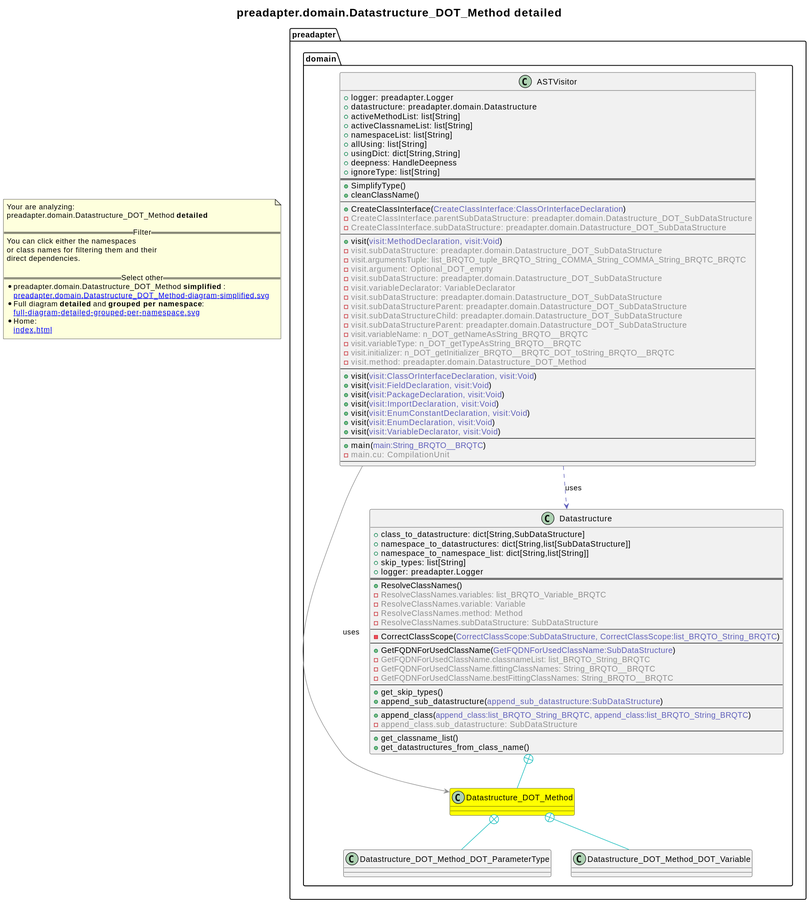
2BlackCoffees/revenger keeps this PlantUML diagram as revenger-java-adapter.out/preadapter.domain.Datastructure_DOT_Method-diagram-detailed.svg. Above is the earlier version. Source of this version:
```plantuml
@startuml
title <size:20>preadapter.domain.Datastructure_DOT_Method **detailed** </size>
note "Your are analyzing:\npreadapter.domain.Datastructure_DOT_Method **detailed** \n\n==Filter==\nYou can click either the namespaces \nor class names for filtering them and their\ndirect dependencies.\n\n==Select other==\n* preadapter.domain.Datastructure_DOT_Method **simplified** :\n   [[preadapter.domain.Datastructure_DOT_Method-diagram-simplified.svg]]\n* Full diagram **detailed** and **grouped per namespace**:\n   [[full-diagram-detailed-grouped-per-namespace.svg]]\n* Home:\n   [[index.html]]" as FloatingNote
  class preadapter.domain.Datastructure_DOT_Method [[preadapter.domain.Datastructure_DOT_Method-diagram-detailed.svg]] #yellow {
  }
  class preadapter.domain.Datastructure_DOT_Method_DOT_ParameterType [[preadapter.domain.Datastructure_DOT_Method_DOT_ParameterType-diagram-detailed.svg]]  {
  }
  class preadapter.domain.Datastructure_DOT_Method_DOT_Variable [[preadapter.domain.Datastructure_DOT_Method_DOT_Variable-diagram-detailed.svg]]  {
  }
  class preadapter.domain.Datastructure [[preadapter.domain.Datastructure-diagram-detailed.svg]]  {
    + class_to_datastructure: dict[String,SubDataStructure]
    + namespace_to_datastructures: dict[String,list[SubDataStructure]]
    + namespace_to_namespace_list: dict[String,list[String]]
    + skip_types: list[String]
    + logger: preadapter.Logger
==
    + ResolveClassNames(<font color="6060BB"></font>)
    - <font color="909090">ResolveClassNames.variables: list_BRQTO_Variable_BRQTC</font>
    - <font color="909090">ResolveClassNames.variable: Variable</font>
    - <font color="909090">ResolveClassNames.method: Method</font>
    - <font color="909090">ResolveClassNames.subDataStructure: SubDataStructure</font>
--
    - CorrectClassScope(<font color="6060BB">CorrectClassScope:SubDataStructure, CorrectClassScope:list_BRQTO_String_BRQTC</font>)
--
    + GetFQDNForUsedClassName(<font color="6060BB">GetFQDNForUsedClassName:SubDataStructure</font>)
    - <font color="909090">GetFQDNForUsedClassName.classnameList: list_BRQTO_String_BRQTC</font>
    - <font color="909090">GetFQDNForUsedClassName.fittingClassNames: String_BRQTO__BRQTC</font>
    - <font color="909090">GetFQDNForUsedClassName.bestFittingClassNames: String_BRQTO__BRQTC</font>
--
    + get_skip_types(<font color="6060BB"></font>)
    + append_sub_datastructure(<font color="6060BB">append_sub_datastructure:SubDataStructure</font>)
--
    + append_class(<font color="6060BB">append_class:list_BRQTO_String_BRQTC, append_class:list_BRQTO_String_BRQTC</font>)
    - <font color="909090">append_class.sub_datastructure: SubDataStructure</font>
--
    + get_classname_list(<font color="6060BB"></font>)
    + get_datastructures_from_class_name(<font color="6060BB"></font>)
  }
  class preadapter.domain.ASTVisitor [[preadapter.domain.ASTVisitor-diagram-detailed.svg]]  {
    + logger: preadapter.Logger
    + datastructure: preadapter.domain.Datastructure
    + activeMethodList: list[String]
    + activeClassnameList: list[String]
    + namespaceList: list[String]
    + allUsing: list[String]
    + usingDict: dict[String,String]
    + deepness: HandleDeepness
    + ignoreType: list[String]
==
    + SimplifyType(<font color="6060BB"></font>)
    + cleanClassName(<font color="6060BB"></font>)
--
    + CreateClassInterface(<font color="6060BB">CreateClassInterface:ClassOrInterfaceDeclaration</font>)
    - <font color="909090">CreateClassInterface.parentSubDataStructure: preadapter.domain.Datastructure_DOT_SubDataStructure</font>
    - <font color="909090">CreateClassInterface.subDataStructure: preadapter.domain.Datastructure_DOT_SubDataStructure</font>
--
    + visit(<font color="6060BB">visit:MethodDeclaration, visit:Void</font>)
    - <font color="909090">visit.subDataStructure: preadapter.domain.Datastructure_DOT_SubDataStructure</font>
    - <font color="909090">visit.argumentsTuple: list_BRQTO_tuple_BRQTO_String_COMMA_String_COMMA_String_BRQTC_BRQTC</font>
    - <font color="909090">visit.argument: Optional_DOT_empty</font>
    - <font color="909090">visit.subDataStructure: preadapter.domain.Datastructure_DOT_SubDataStructure</font>
    - <font color="909090">visit.variableDeclarator: VariableDeclarator</font>
    - <font color="909090">visit.subDataStructure: preadapter.domain.Datastructure_DOT_SubDataStructure</font>
    - <font color="909090">visit.subDataStructureParent: preadapter.domain.Datastructure_DOT_SubDataStructure</font>
    - <font color="909090">visit.subDataStructureChild: preadapter.domain.Datastructure_DOT_SubDataStructure</font>
    - <font color="909090">visit.subDataStructureParent: preadapter.domain.Datastructure_DOT_SubDataStructure</font>
    - <font color="909090">visit.variableName: n_DOT_getNameAsString_BRQTO__BRQTC</font>
    - <font color="909090">visit.variableType: n_DOT_getTypeAsString_BRQTO__BRQTC</font>
    - <font color="909090">visit.initializer: n_DOT_getInitializer_BRQTO__BRQTC_DOT_toString_BRQTO__BRQTC</font>
    - <font color="909090">visit.method: preadapter.domain.Datastructure_DOT_Method</font>
--
    + visit(<font color="6060BB">visit:ClassOrInterfaceDeclaration, visit:Void</font>)
    + visit(<font color="6060BB">visit:FieldDeclaration, visit:Void</font>)
    + visit(<font color="6060BB">visit:PackageDeclaration, visit:Void</font>)
    + visit(<font color="6060BB">visit:ImportDeclaration, visit:Void</font>)
    + visit(<font color="6060BB">visit:EnumConstantDeclaration, visit:Void</font>)
    + visit(<font color="6060BB">visit:EnumDeclaration, visit:Void</font>)
    + visit(<font color="6060BB">visit:VariableDeclarator, visit:Void</font>)
--
    + main(<font color="6060BB">main:String_BRQTO__BRQTC</font>)
    - <font color="909090">main.cu: CompilationUnit</font>
--
  }
preadapter.domain.Datastructure_DOT_Method +-[#10BBBB]- preadapter.domain.Datastructure_DOT_Method_DOT_ParameterType
preadapter.domain.Datastructure_DOT_Method +-[#10BBBB]- preadapter.domain.Datastructure_DOT_Method_DOT_Variable
preadapter.domain.Datastructure +-[#10BBBB]- preadapter.domain.Datastructure_DOT_Method
preadapter.domain.ASTVisitor .[#6060BB].> preadapter.domain.Datastructure  : uses
preadapter.domain.ASTVisitor -[#909090]-> preadapter.domain.Datastructure_DOT_Method  : uses
@enduml
```
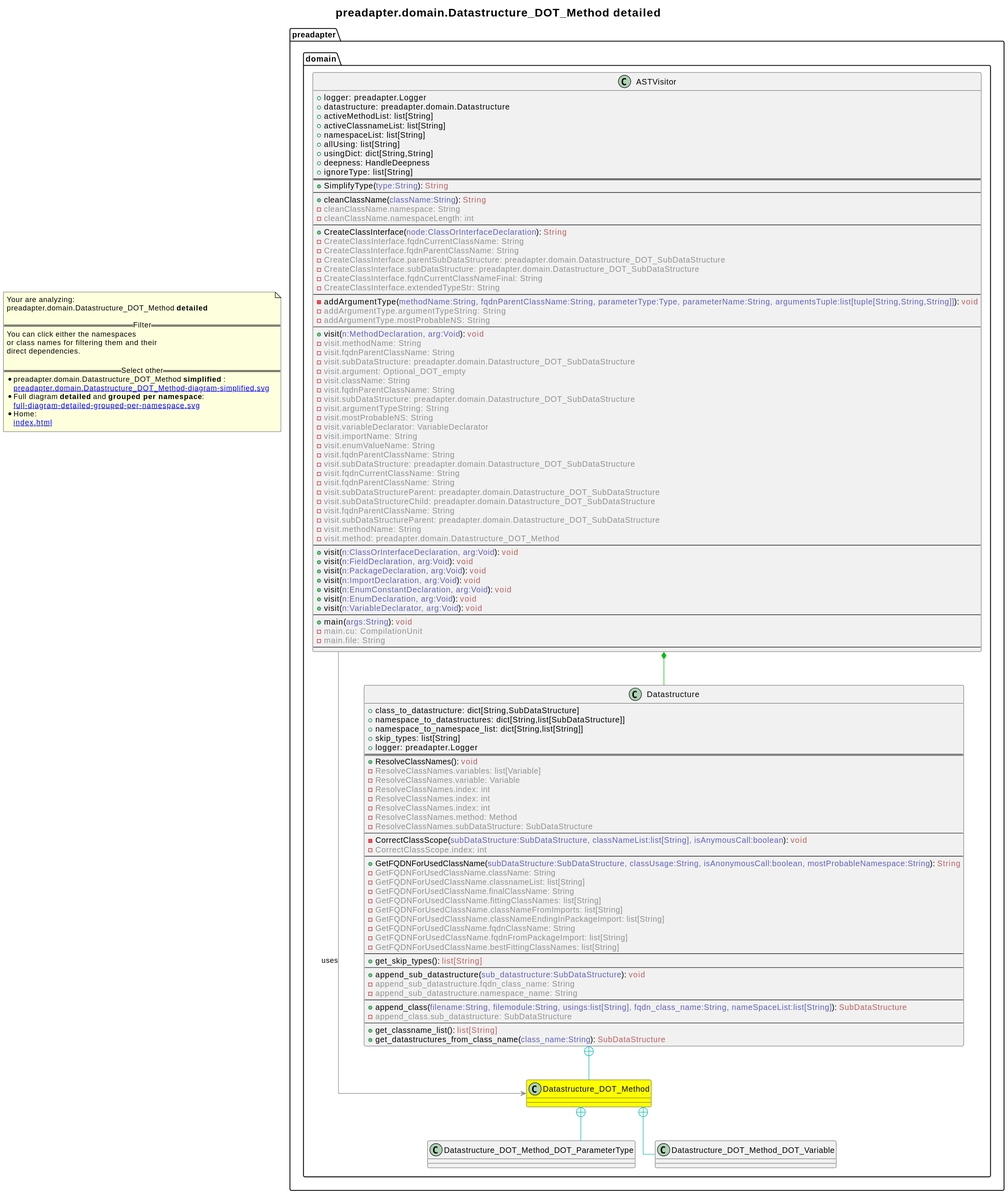
Above is the later version.

The edit, as a diff of the source:
```diff
@@ -1,4 +1,5 @@
 @startuml
+skinparam linetype ortho
 title <size:20>preadapter.domain.Datastructure_DOT_Method **detailed** </size>
 note "Your are analyzing:\npreadapter.domain.Datastructure_DOT_Method **detailed** \n\n==Filter==\nYou can click either the namespaces \nor class names for filtering them and their\ndirect dependencies.\n\n==Select other==\n* preadapter.domain.Datastructure_DOT_Method **simplified** :\n   [[preadapter.domain.Datastructure_DOT_Method-diagram-simplified.svg]]\n* Full diagram **detailed** and **grouped per namespace**:\n   [[full-diagram-detailed-grouped-per-namespace.svg]]\n* Home:\n   [[index.html]]" as FloatingNote
   class preadapter.domain.Datastructure_DOT_Method [[preadapter.domain.Datastructure_DOT_Method-diagram-detailed.svg]] #yellow {
@@ -14,27 +15,40 @@
     + skip_types: list[String]
     + logger: preadapter.Logger
 ==
-    + ResolveClassNames(<font color="6060BB"></font>)
-    - <font color="909090">ResolveClassNames.variables: list_BRQTO_Variable_BRQTC</font>
+    + ResolveClassNames(<font color="6060BB"></font>): <font color="BB6060">void</font>
+    - <font color="909090">ResolveClassNames.variables: list[Variable]</font>
     - <font color="909090">ResolveClassNames.variable: Variable</font>
+    - <font color="909090">ResolveClassNames.index: int</font>
+    - <font color="909090">ResolveClassNames.index: int</font>
+    - <font color="909090">ResolveClassNames.index: int</font>
     - <font color="909090">ResolveClassNames.method: Method</font>
     - <font color="909090">ResolveClassNames.subDataStructure: SubDataStructure</font>
 --
-    - CorrectClassScope(<font color="6060BB">CorrectClassScope:SubDataStructure, CorrectClassScope:list_BRQTO_String_BRQTC</font>)
+    - CorrectClassScope(<font color="6060BB">subDataStructure:SubDataStructure, classNameList:list[String], isAnymousCall:boolean</font>): <font color="BB6060">void</font>
+    - <font color="909090">CorrectClassScope.index: int</font>
 --
-    + GetFQDNForUsedClassName(<font color="6060BB">GetFQDNForUsedClassName:SubDataStructure</font>)
-    - <font color="909090">GetFQDNForUsedClassName.classnameList: list_BRQTO_String_BRQTC</font>
-    - <font color="909090">GetFQDNForUsedClassName.fittingClassNames: String_BRQTO__BRQTC</font>
-    - <font color="909090">GetFQDNForUsedClassName.bestFittingClassNames: String_BRQTO__BRQTC</font>
+    + GetFQDNForUsedClassName(<font color="6060BB">subDataStructure:SubDataStructure, classUsage:String, isAnonymousCall:boolean, mostProbableNamespace:String</font>): <font color="BB6060">String</font>
+    - <font color="909090">GetFQDNForUsedClassName.className: String</font>
+    - <font color="909090">GetFQDNForUsedClassName.classnameList: list[String]</font>
+    - <font color="909090">GetFQDNForUsedClassName.finalClassName: String</font>
+    - <font color="909090">GetFQDNForUsedClassName.fittingClassNames: list[String]</font>
+    - <font color="909090">GetFQDNForUsedClassName.classNameFromImports: list[String]</font>
+    - <font color="909090">GetFQDNForUsedClassName.classNameEndingInPackageImport: list[String]</font>
+    - <font color="909090">GetFQDNForUsedClassName.fqdnClassName: String</font>
+    - <font color="909090">GetFQDNForUsedClassName.fqdnFromPackageImport: list[String]</font>
+    - <font color="909090">GetFQDNForUsedClassName.bestFittingClassNames: list[String]</font>
 --
-    + get_skip_types(<font color="6060BB"></font>)
-    + append_sub_datastructure(<font color="6060BB">append_sub_datastructure:SubDataStructure</font>)
+    + get_skip_types(<font color="6060BB"></font>): <font color="BB6060">list[String]</font>
 --
-    + append_class(<font color="6060BB">append_class:list_BRQTO_String_BRQTC, append_class:list_BRQTO_String_BRQTC</font>)
+    + append_sub_datastructure(<font color="6060BB">sub_datastructure:SubDataStructure</font>): <font color="BB6060">void</font>
+    - <font color="909090">append_sub_datastructure.fqdn_class_name: String</font>
+    - <font color="909090">append_sub_datastructure.namespace_name: String</font>
+--
+    + append_class(<font color="6060BB">filename:String, filemodule:String, usings:list[String], fqdn_class_name:String, nameSpaceList:list[String]</font>): <font color="BB6060">SubDataStructure</font>
     - <font color="909090">append_class.sub_datastructure: SubDataStructure</font>
 --
-    + get_classname_list(<font color="6060BB"></font>)
-    + get_datastructures_from_class_name(<font color="6060BB"></font>)
+    + get_classname_list(<font color="6060BB"></font>): <font color="BB6060">list[String]</font>
+    + get_datastructures_from_class_name(<font color="6060BB">class_name:String</font>): <font color="BB6060">SubDataStructure</font>
   }
   class preadapter.domain.ASTVisitor [[preadapter.domain.ASTVisitor-diagram-detailed.svg]]  {
     + logger: preadapter.Logger
@@ -47,43 +61,64 @@
     + deepness: HandleDeepness
     + ignoreType: list[String]
 ==
-    + SimplifyType(<font color="6060BB"></font>)
-    + cleanClassName(<font color="6060BB"></font>)
+    + SimplifyType(<font color="6060BB">type:String</font>): <font color="BB6060">String</font>
 --
-    + CreateClassInterface(<font color="6060BB">CreateClassInterface:ClassOrInterfaceDeclaration</font>)
+    + cleanClassName(<font color="6060BB">className:String</font>): <font color="BB6060">String</font>
+    - <font color="909090">cleanClassName.namespace: String</font>
+    - <font color="909090">cleanClassName.namespaceLength: int</font>
+--
+    + CreateClassInterface(<font color="6060BB">node:ClassOrInterfaceDeclaration</font>): <font color="BB6060">String</font>
+    - <font color="909090">CreateClassInterface.fqdnCurrentClassName: String</font>
+    - <font color="909090">CreateClassInterface.fqdnParentClassName: String</font>
     - <font color="909090">CreateClassInterface.parentSubDataStructure: preadapter.domain.Datastructure_DOT_SubDataStructure</font>
     - <font color="909090">CreateClassInterface.subDataStructure: preadapter.domain.Datastructure_DOT_SubDataStructure</font>
+    - <font color="909090">CreateClassInterface.fqdnCurrentClassNameFinal: String</font>
+    - <font color="909090">CreateClassInterface.extendedTypeStr: String</font>
 --
-    + visit(<font color="6060BB">visit:MethodDeclaration, visit:Void</font>)
+    - addArgumentType(<font color="6060BB">methodName:String, fqdnParentClassName:String, parameterType:Type, parameterName:String, argumentsTuple:list[tuple[String,String,String]]</font>): <font color="BB6060">void</font>
+    - <font color="909090">addArgumentType.argumentTypeString: String</font>
+    - <font color="909090">addArgumentType.mostProbableNS: String</font>
+--
+    + visit(<font color="6060BB">n:MethodDeclaration, arg:Void</font>): <font color="BB6060">void</font>
+    - <font color="909090">visit.methodName: String</font>
+    - <font color="909090">visit.fqdnParentClassName: String</font>
     - <font color="909090">visit.subDataStructure: preadapter.domain.Datastructure_DOT_SubDataStructure</font>
-    - <font color="909090">visit.argumentsTuple: list_BRQTO_tuple_BRQTO_String_COMMA_String_COMMA_String_BRQTC_BRQTC</font>
     - <font color="909090">visit.argument: Optional_DOT_empty</font>
+    - <font color="909090">visit.className: String</font>
+    - <font color="909090">visit.fqdnParentClassName: String</font>
     - <font color="909090">visit.subDataStructure: preadapter.domain.Datastructure_DOT_SubDataStructure</font>
+    - <font color="909090">visit.argumentTypeString: String</font>
+    - <font color="909090">visit.mostProbableNS: String</font>
     - <font color="909090">visit.variableDeclarator: VariableDeclarator</font>
+    - <font color="909090">visit.importName: String</font>
+    - <font color="909090">visit.enumValueName: String</font>
+    - <font color="909090">visit.fqdnParentClassName: String</font>
     - <font color="909090">visit.subDataStructure: preadapter.domain.Datastructure_DOT_SubDataStructure</font>
+    - <font color="909090">visit.fqdnCurrentClassName: String</font>
+    - <font color="909090">visit.fqdnParentClassName: String</font>
     - <font color="909090">visit.subDataStructureParent: preadapter.domain.Datastructure_DOT_SubDataStructure</font>
     - <font color="909090">visit.subDataStructureChild: preadapter.domain.Datastructure_DOT_SubDataStructure</font>
+    - <font color="909090">visit.fqdnParentClassName: String</font>
     - <font color="909090">visit.subDataStructureParent: preadapter.domain.Datastructure_DOT_SubDataStructure</font>
-    - <font color="909090">visit.variableName: n_DOT_getNameAsString_BRQTO__BRQTC</font>
-    - <font color="909090">visit.variableType: n_DOT_getTypeAsString_BRQTO__BRQTC</font>
-    - <font color="909090">visit.initializer: n_DOT_getInitializer_BRQTO__BRQTC_DOT_toString_BRQTO__BRQTC</font>
+    - <font color="909090">visit.methodName: String</font>
     - <font color="909090">visit.method: preadapter.domain.Datastructure_DOT_Method</font>
 --
-    + visit(<font color="6060BB">visit:ClassOrInterfaceDeclaration, visit:Void</font>)
-    + visit(<font color="6060BB">visit:FieldDeclaration, visit:Void</font>)
-    + visit(<font color="6060BB">visit:PackageDeclaration, visit:Void</font>)
-    + visit(<font color="6060BB">visit:ImportDeclaration, visit:Void</font>)
-    + visit(<font color="6060BB">visit:EnumConstantDeclaration, visit:Void</font>)
-    + visit(<font color="6060BB">visit:EnumDeclaration, visit:Void</font>)
-    + visit(<font color="6060BB">visit:VariableDeclarator, visit:Void</font>)
+    + visit(<font color="6060BB">n:ClassOrInterfaceDeclaration, arg:Void</font>): <font color="BB6060">void</font>
+    + visit(<font color="6060BB">n:FieldDeclaration, arg:Void</font>): <font color="BB6060">void</font>
+    + visit(<font color="6060BB">n:PackageDeclaration, arg:Void</font>): <font color="BB6060">void</font>
+    + visit(<font color="6060BB">n:ImportDeclaration, arg:Void</font>): <font color="BB6060">void</font>
+    + visit(<font color="6060BB">n:EnumConstantDeclaration, arg:Void</font>): <font color="BB6060">void</font>
+    + visit(<font color="6060BB">n:EnumDeclaration, arg:Void</font>): <font color="BB6060">void</font>
+    + visit(<font color="6060BB">n:VariableDeclarator, arg:Void</font>): <font color="BB6060">void</font>
 --
-    + main(<font color="6060BB">main:String_BRQTO__BRQTC</font>)
+    + main(<font color="6060BB">args:String</font>): <font color="BB6060">void</font>
     - <font color="909090">main.cu: CompilationUnit</font>
+    - <font color="909090">main.file: String</font>
 --
   }
 preadapter.domain.Datastructure_DOT_Method +-[#10BBBB]- preadapter.domain.Datastructure_DOT_Method_DOT_ParameterType
 preadapter.domain.Datastructure_DOT_Method +-[#10BBBB]- preadapter.domain.Datastructure_DOT_Method_DOT_Variable
 preadapter.domain.Datastructure +-[#10BBBB]- preadapter.domain.Datastructure_DOT_Method
-preadapter.domain.ASTVisitor .[#6060BB].> preadapter.domain.Datastructure  : uses
+preadapter.domain.ASTVisitor *-[#10BB10]- preadapter.domain.Datastructure
 preadapter.domain.ASTVisitor -[#909090]-> preadapter.domain.Datastructure_DOT_Method  : uses
 @enduml
```
